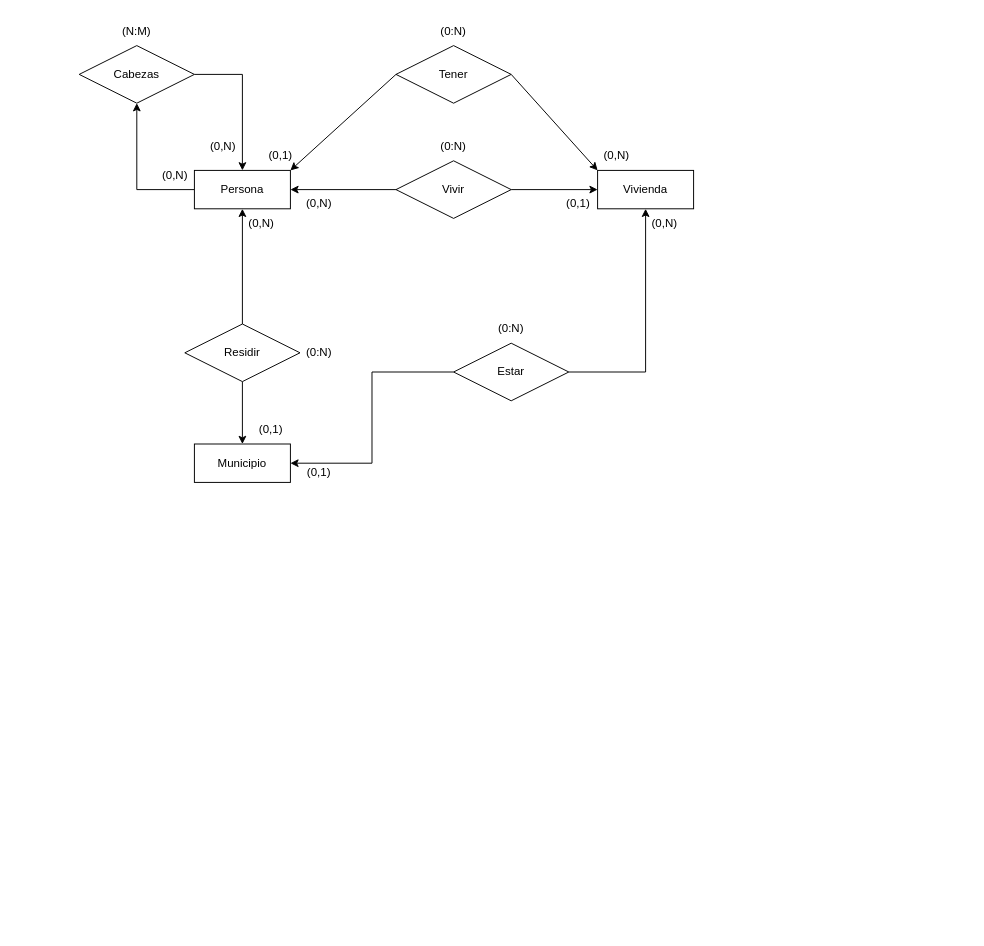
Earlier version of the draw.io diagram Diagrama sin título.drawio (miguelelinformatico/2025_26). Source tidied: cells renumbered, new cells numbered last; positions are measured from the earlier drawing's top-left corner, leaving out a move shared by most shapes. Both pictures are drawn from the tidied source at 96%, with x=0, y=0 at pixel (79, 16).
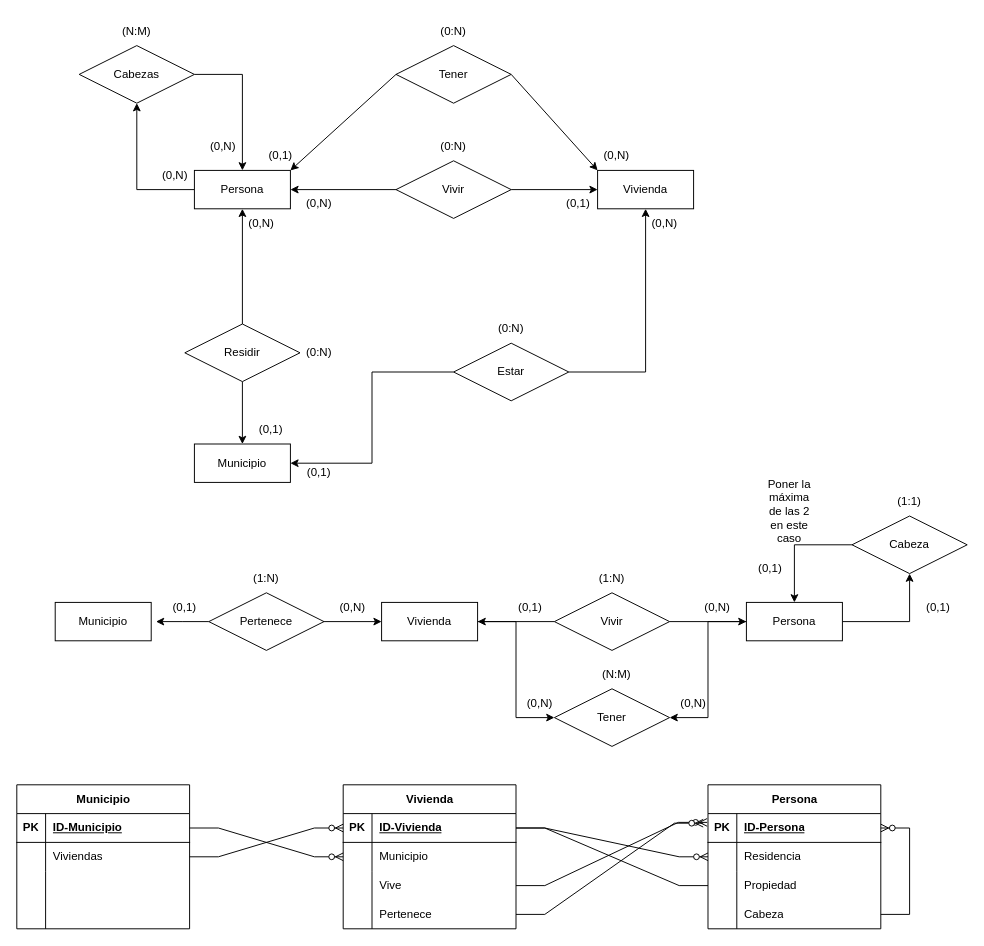
The same page after the edit.

What changed in the source:
```diff
@@
+    <mxCell id="35" style="edgeStyle=orthogonalEdgeStyle;rounded=0;jettySize=auto;html=1;entryX=1;entryY=0.5;entryDx=0;entryDy=0;" parent="1" edge="1" source="37" target="44">
+      <mxGeometry relative="1" as="geometry" />
+    </mxCell>
+    <mxCell id="36" style="edgeStyle=orthogonalEdgeStyle;rounded=0;jettySize=auto;html=1;" parent="1" edge="1" source="37" target="46">
+      <mxGeometry relative="1" as="geometry" />
+    </mxCell>
+    <mxCell id="37" value="Persona" style="whiteSpace=wrap;html=1;align=center;" parent="1" vertex="1">
+      <mxGeometry x="695" y="610" width="100" height="40" as="geometry" />
+    </mxCell>
+    <mxCell id="38" style="edgeStyle=orthogonalEdgeStyle;rounded=0;jettySize=auto;html=1;entryX=0;entryY=0.5;entryDx=0;entryDy=0;" parent="1" edge="1" source="39" target="44">
+      <mxGeometry relative="1" as="geometry" />
+    </mxCell>
+    <mxCell id="39" value="Vivienda" style="whiteSpace=wrap;html=1;align=center;" parent="1" vertex="1">
+      <mxGeometry x="315" y="610" width="100" height="40" as="geometry" />
+    </mxCell>
+    <mxCell id="40" value="Municipio" style="whiteSpace=wrap;html=1;align=center;" parent="1" vertex="1">
+      <mxGeometry x="-25" y="610" width="100" height="40" as="geometry" />
+    </mxCell>
+    <mxCell id="41" style="edgeStyle=orthogonalEdgeStyle;rounded=0;jettySize=auto;html=1;" parent="1" edge="1" source="43" target="39">
+      <mxGeometry relative="1" as="geometry" />
+    </mxCell>
+    <mxCell id="42" style="edgeStyle=orthogonalEdgeStyle;rounded=0;jettySize=auto;html=1;" parent="1" edge="1" source="43" target="37">
+      <mxGeometry relative="1" as="geometry" />
+    </mxCell>
+    <mxCell id="43" value="Vivir" style="shape=rhombus;perimeter=rhombusPerimeter;whiteSpace=wrap;html=1;align=center;" parent="1" vertex="1">
+      <mxGeometry x="495" y="600" width="120" height="60" as="geometry" />
+    </mxCell>
+    <mxCell id="44" value="Tener" style="shape=rhombus;perimeter=rhombusPerimeter;whiteSpace=wrap;html=1;align=center;" parent="1" vertex="1">
+      <mxGeometry x="495" y="700" width="120" height="60" as="geometry" />
+    </mxCell>
+    <mxCell id="45" style="edgeStyle=orthogonalEdgeStyle;rounded=0;jettySize=auto;html=1;entryX=0.5;entryY=0;entryDx=0;entryDy=0;" parent="1" edge="1" source="46" target="37">
+      <mxGeometry relative="1" as="geometry" />
+    </mxCell>
+    <mxCell id="46" value="Cabeza" style="shape=rhombus;perimeter=rhombusPerimeter;whiteSpace=wrap;html=1;align=center;" parent="1" vertex="1">
+      <mxGeometry x="805" y="520" width="120" height="60" as="geometry" />
+    </mxCell>
+    <mxCell id="47" style="edgeStyle=orthogonalEdgeStyle;rounded=0;jettySize=auto;html=1;" parent="1" edge="1" source="49">
+      <mxGeometry relative="1" as="geometry">
+        <mxPoint x="80" y="630" as="targetPoint" />
+      </mxGeometry>
+    </mxCell>
+    <mxCell id="48" style="edgeStyle=orthogonalEdgeStyle;rounded=0;jettySize=auto;html=1;entryX=0;entryY=0.5;entryDx=0;entryDy=0;" parent="1" edge="1" source="49" target="39">
+      <mxGeometry relative="1" as="geometry" />
+    </mxCell>
+    <mxCell id="49" value="Pertenece" style="shape=rhombus;perimeter=rhombusPerimeter;whiteSpace=wrap;html=1;align=center;" parent="1" vertex="1">
+      <mxGeometry x="135" y="600" width="120" height="60" as="geometry" />
+    </mxCell>
+    <mxCell id="50" value="Persona" style="shape=table;startSize=30;childLayout=tableLayout;rowLines=0;fontStyle=1;align=center;html=1;" parent="1" vertex="1">
+      <mxGeometry x="655" y="800" width="180" height="150" as="geometry" />
+    </mxCell>
+    <mxCell id="51" style="shape=tableRow;horizontal=0;startSize=0;swimlaneHead=0;swimlaneBody=0;fillColor=none;points=[[0,0.5],[1,0.5]];portConstraint=eastwest;top=0;left=0;right=0;bottom=1;" parent="50" vertex="1">
+      <mxGeometry y="30" width="180" height="30" as="geometry" />
+    </mxCell>
+    <mxCell id="52" value="PK" style="shape=partialRectangle;fillColor=none;top=0;left=0;bottom=0;right=0;fontStyle=1;overflow=hidden;whiteSpace=wrap;html=1;" parent="51" vertex="1">
+      <mxGeometry width="30" height="30" as="geometry" />
+    </mxCell>
+    <mxCell id="53" value="ID-Persona" style="shape=partialRectangle;fillColor=none;top=0;left=0;bottom=0;right=0;align=left;spacingLeft=6;fontStyle=5;overflow=hidden;whiteSpace=wrap;html=1;" parent="51" vertex="1">
+      <mxGeometry x="30" width="150" height="30" as="geometry" />
+    </mxCell>
+    <mxCell id="54" style="shape=tableRow;horizontal=0;startSize=0;swimlaneHead=0;swimlaneBody=0;fillColor=none;points=[[0,0.5],[1,0.5]];portConstraint=eastwest;top=0;left=0;right=0;bottom=0;" parent="50" vertex="1">
+      <mxGeometry y="60" width="180" height="30" as="geometry" />
+    </mxCell>
+    <mxCell id="55" style="shape=partialRectangle;fillColor=none;top=0;left=0;bottom=0;right=0;overflow=hidden;whiteSpace=wrap;html=1;" parent="54" vertex="1">
+      <mxGeometry width="30" height="30" as="geometry" />
+    </mxCell>
+    <mxCell id="56" value="Residencia" style="shape=partialRectangle;fillColor=none;top=0;left=0;bottom=0;right=0;align=left;spacingLeft=6;overflow=hidden;whiteSpace=wrap;html=1;" parent="54" vertex="1">
+      <mxGeometry x="30" width="150" height="30" as="geometry" />
+    </mxCell>
+    <mxCell id="57" style="shape=tableRow;horizontal=0;startSize=0;swimlaneHead=0;swimlaneBody=0;fillColor=none;points=[[0,0.5],[1,0.5]];portConstraint=eastwest;top=0;left=0;right=0;bottom=0;" parent="50" vertex="1">
+      <mxGeometry y="90" width="180" height="30" as="geometry" />
+    </mxCell>
+    <mxCell id="58" style="shape=partialRectangle;fillColor=none;top=0;left=0;bottom=0;right=0;overflow=hidden;whiteSpace=wrap;html=1;" parent="57" vertex="1">
+      <mxGeometry width="30" height="30" as="geometry" />
+    </mxCell>
+    <mxCell id="59" value="Propiedad" style="shape=partialRectangle;fillColor=none;top=0;left=0;bottom=0;right=0;align=left;spacingLeft=6;overflow=hidden;whiteSpace=wrap;html=1;" parent="57" vertex="1">
+      <mxGeometry x="30" width="150" height="30" as="geometry" />
+    </mxCell>
+    <mxCell id="60" style="shape=tableRow;horizontal=0;startSize=0;swimlaneHead=0;swimlaneBody=0;fillColor=none;points=[[0,0.5],[1,0.5]];portConstraint=eastwest;top=0;left=0;right=0;bottom=0;" parent="50" vertex="1">
+      <mxGeometry y="120" width="180" height="30" as="geometry" />
+    </mxCell>
+    <mxCell id="61" style="shape=partialRectangle;fillColor=none;top=0;left=0;bottom=0;right=0;overflow=hidden;whiteSpace=wrap;html=1;" parent="60" vertex="1">
+      <mxGeometry width="30" height="30" as="geometry" />
+    </mxCell>
+    <mxCell id="62" value="Cabeza" style="shape=partialRectangle;fillColor=none;top=0;left=0;bottom=0;right=0;align=left;spacingLeft=6;overflow=hidden;whiteSpace=wrap;html=1;" parent="60" vertex="1">
+      <mxGeometry x="30" width="150" height="30" as="geometry" />
+    </mxCell>
+    <mxCell id="63" style="edgeStyle=entityRelationEdgeStyle;fontSize=12;html=1;endArrow=ERzeroToMany;endFill=1;rounded=0;exitX=1;exitY=0.5;exitDx=0;exitDy=0;entryX=1;entryY=0.5;entryDx=0;entryDy=0;" parent="50" edge="1" source="60" target="51">
+      <mxGeometry relative="1" as="geometry" />
+    </mxCell>
+    <mxCell id="64" value="Vivienda" style="shape=table;startSize=30;childLayout=tableLayout;rowLines=0;fontStyle=1;align=center;html=1;" parent="1" vertex="1">
+      <mxGeometry x="275" y="800" width="180" height="150" as="geometry" />
+    </mxCell>
+    <mxCell id="65" style="shape=tableRow;horizontal=0;startSize=0;swimlaneHead=0;swimlaneBody=0;fillColor=none;points=[[0,0.5],[1,0.5]];portConstraint=eastwest;top=0;left=0;right=0;bottom=1;" parent="64" vertex="1">
+      <mxGeometry y="30" width="180" height="30" as="geometry" />
+    </mxCell>
+    <mxCell id="66" value="PK" style="shape=partialRectangle;fillColor=none;top=0;left=0;bottom=0;right=0;fontStyle=1;overflow=hidden;whiteSpace=wrap;html=1;" parent="65" vertex="1">
+      <mxGeometry width="30" height="30" as="geometry" />
+    </mxCell>
+    <mxCell id="67" value="ID-Vivienda" style="shape=partialRectangle;fillColor=none;top=0;left=0;bottom=0;right=0;align=left;spacingLeft=6;fontStyle=5;overflow=hidden;whiteSpace=wrap;html=1;" parent="65" vertex="1">
+      <mxGeometry x="30" width="150" height="30" as="geometry" />
+    </mxCell>
+    <mxCell id="68" style="shape=tableRow;horizontal=0;startSize=0;swimlaneHead=0;swimlaneBody=0;fillColor=none;points=[[0,0.5],[1,0.5]];portConstraint=eastwest;top=0;left=0;right=0;bottom=0;" parent="64" vertex="1">
+      <mxGeometry y="60" width="180" height="30" as="geometry" />
+    </mxCell>
+    <mxCell id="69" style="shape=partialRectangle;fillColor=none;top=0;left=0;bottom=0;right=0;overflow=hidden;whiteSpace=wrap;html=1;" parent="68" vertex="1">
+      <mxGeometry width="30" height="30" as="geometry" />
+    </mxCell>
+    <mxCell id="70" value="Municipio" style="shape=partialRectangle;fillColor=none;top=0;left=0;bottom=0;right=0;align=left;spacingLeft=6;overflow=hidden;whiteSpace=wrap;html=1;" parent="68" vertex="1">
+      <mxGeometry x="30" width="150" height="30" as="geometry" />
+    </mxCell>
+    <mxCell id="71" style="shape=tableRow;horizontal=0;startSize=0;swimlaneHead=0;swimlaneBody=0;fillColor=none;points=[[0,0.5],[1,0.5]];portConstraint=eastwest;top=0;left=0;right=0;bottom=0;" parent="64" vertex="1">
+      <mxGeometry y="90" width="180" height="30" as="geometry" />
+    </mxCell>
+    <mxCell id="72" style="shape=partialRectangle;fillColor=none;top=0;left=0;bottom=0;right=0;overflow=hidden;whiteSpace=wrap;html=1;" parent="71" vertex="1">
+      <mxGeometry width="30" height="30" as="geometry" />
+    </mxCell>
+    <mxCell id="73" value="Vive" style="shape=partialRectangle;fillColor=none;top=0;left=0;bottom=0;right=0;align=left;spacingLeft=6;overflow=hidden;whiteSpace=wrap;html=1;" parent="71" vertex="1">
+      <mxGeometry x="30" width="150" height="30" as="geometry" />
+    </mxCell>
+    <mxCell id="74" style="shape=tableRow;horizontal=0;startSize=0;swimlaneHead=0;swimlaneBody=0;fillColor=none;points=[[0,0.5],[1,0.5]];portConstraint=eastwest;top=0;left=0;right=0;bottom=0;" parent="64" vertex="1">
+      <mxGeometry y="120" width="180" height="30" as="geometry" />
+    </mxCell>
+    <mxCell id="75" style="shape=partialRectangle;fillColor=none;top=0;left=0;bottom=0;right=0;overflow=hidden;whiteSpace=wrap;html=1;" parent="74" vertex="1">
+      <mxGeometry width="30" height="30" as="geometry" />
+    </mxCell>
+    <mxCell id="76" value="Pertenece" style="shape=partialRectangle;fillColor=none;top=0;left=0;bottom=0;right=0;align=left;spacingLeft=6;overflow=hidden;whiteSpace=wrap;html=1;" parent="74" vertex="1">
+      <mxGeometry x="30" width="150" height="30" as="geometry" />
+    </mxCell>
+    <mxCell id="77" value="Municipio" style="shape=table;startSize=30;childLayout=tableLayout;rowLines=0;fontStyle=1;align=center;html=1;" parent="1" vertex="1">
+      <mxGeometry x="-65" y="800" width="180" height="150" as="geometry" />
+    </mxCell>
+    <mxCell id="78" style="shape=tableRow;horizontal=0;startSize=0;swimlaneHead=0;swimlaneBody=0;fillColor=none;points=[[0,0.5],[1,0.5]];portConstraint=eastwest;top=0;left=0;right=0;bottom=1;" parent="77" vertex="1">
+      <mxGeometry y="30" width="180" height="30" as="geometry" />
+    </mxCell>
+    <mxCell id="79" value="PK" style="shape=partialRectangle;fillColor=none;top=0;left=0;bottom=0;right=0;fontStyle=1;overflow=hidden;whiteSpace=wrap;html=1;" parent="78" vertex="1">
+      <mxGeometry width="30" height="30" as="geometry" />
+    </mxCell>
+    <mxCell id="80" value="ID-Municipio" style="shape=partialRectangle;fillColor=none;top=0;left=0;bottom=0;right=0;align=left;spacingLeft=6;fontStyle=5;overflow=hidden;whiteSpace=wrap;html=1;" parent="78" vertex="1">
+      <mxGeometry x="30" width="150" height="30" as="geometry" />
+    </mxCell>
+    <mxCell id="81" style="shape=tableRow;horizontal=0;startSize=0;swimlaneHead=0;swimlaneBody=0;fillColor=none;points=[[0,0.5],[1,0.5]];portConstraint=eastwest;top=0;left=0;right=0;bottom=0;" parent="77" vertex="1">
+      <mxGeometry y="60" width="180" height="30" as="geometry" />
+    </mxCell>
+    <mxCell id="82" style="shape=partialRectangle;fillColor=none;top=0;left=0;bottom=0;right=0;overflow=hidden;whiteSpace=wrap;html=1;" parent="81" vertex="1">
+      <mxGeometry width="30" height="30" as="geometry" />
+    </mxCell>
+    <mxCell id="83" value="Viviendas" style="shape=partialRectangle;fillColor=none;top=0;left=0;bottom=0;right=0;align=left;spacingLeft=6;overflow=hidden;whiteSpace=wrap;html=1;" parent="81" vertex="1">
+      <mxGeometry x="30" width="150" height="30" as="geometry" />
+    </mxCell>
+    <mxCell id="84" style="shape=tableRow;horizontal=0;startSize=0;swimlaneHead=0;swimlaneBody=0;fillColor=none;top=0;left=0;right=0;bottom=0;" parent="77" vertex="1">
+      <mxGeometry y="90" width="180" height="30" as="geometry" />
+    </mxCell>
+    <mxCell id="85" style="shape=partialRectangle;fillColor=none;top=0;left=0;bottom=0;right=0;overflow=hidden;whiteSpace=wrap;html=1;" parent="84" vertex="1">
+      <mxGeometry width="30" height="30" as="geometry" />
+    </mxCell>
+    <mxCell id="86" style="shape=partialRectangle;fillColor=none;top=0;left=0;bottom=0;right=0;align=left;spacingLeft=6;overflow=hidden;whiteSpace=wrap;html=1;" parent="84" vertex="1">
+      <mxGeometry x="30" width="150" height="30" as="geometry" />
+    </mxCell>
+    <mxCell id="87" style="shape=tableRow;horizontal=0;startSize=0;swimlaneHead=0;swimlaneBody=0;fillColor=none;top=0;left=0;right=0;bottom=0;" parent="77" vertex="1">
+      <mxGeometry y="120" width="180" height="30" as="geometry" />
+    </mxCell>
+    <mxCell id="88" style="shape=partialRectangle;fillColor=none;top=0;left=0;bottom=0;right=0;overflow=hidden;whiteSpace=wrap;html=1;" parent="87" vertex="1">
+      <mxGeometry width="30" height="30" as="geometry" />
+    </mxCell>
+    <mxCell id="89" style="shape=partialRectangle;fillColor=none;top=0;left=0;bottom=0;right=0;align=left;spacingLeft=6;overflow=hidden;whiteSpace=wrap;html=1;" parent="87" vertex="1">
+      <mxGeometry x="30" width="150" height="30" as="geometry" />
+    </mxCell>
+    <mxCell id="90" style="edgeStyle=entityRelationEdgeStyle;fontSize=12;html=1;endArrow=ERzeroToMany;endFill=1;rounded=0;exitX=1;exitY=0.5;exitDx=0;exitDy=0;entryX=0;entryY=0.5;entryDx=0;entryDy=0;" parent="1" edge="1" source="78" target="68">
+      <mxGeometry relative="1" as="geometry" />
+    </mxCell>
+    <mxCell id="91" style="edgeStyle=entityRelationEdgeStyle;fontSize=12;html=1;endArrow=ERzeroToMany;endFill=1;rounded=0;exitX=1;exitY=0.5;exitDx=0;exitDy=0;entryX=0;entryY=0.5;entryDx=0;entryDy=0;" parent="1" edge="1" source="81" target="65">
+      <mxGeometry relative="1" as="geometry" />
+    </mxCell>
+    <mxCell id="92" style="edgeStyle=entityRelationEdgeStyle;fontSize=12;html=1;endArrow=ERzeroToMany;endFill=1;rounded=0;exitX=1;exitY=0.5;exitDx=0;exitDy=0;entryX=0;entryY=0.5;entryDx=0;entryDy=0;" parent="1" edge="1" source="65" target="54">
+      <mxGeometry relative="1" as="geometry" />
+    </mxCell>
+    <mxCell id="93" style="edgeStyle=entityRelationEdgeStyle;fontSize=12;html=1;endArrow=none;endFill=0;rounded=0;exitX=1;exitY=0.5;exitDx=0;exitDy=0;entryX=0;entryY=0.5;entryDx=0;entryDy=0;" parent="1" edge="1" source="65" target="57">
+      <mxGeometry relative="1" as="geometry" />
+    </mxCell>
+    <mxCell id="94" style="edgeStyle=entityRelationEdgeStyle;fontSize=12;html=1;endArrow=ERzeroToMany;endFill=1;rounded=0;exitX=1;exitY=0.5;exitDx=0;exitDy=0;entryX=-0.005;entryY=0.305;entryDx=0;entryDy=0;entryPerimeter=0;" parent="1" edge="1" source="71" target="51">
+      <mxGeometry relative="1" as="geometry" />
+    </mxCell>
+    <mxCell id="95" style="edgeStyle=entityRelationEdgeStyle;fontSize=12;html=1;endArrow=ERzeroToMany;endFill=1;rounded=0;exitX=1;exitY=0.5;exitDx=0;exitDy=0;" parent="1" edge="1" source="74">
+      <mxGeometry relative="1" as="geometry">
+        <mxPoint x="650" y="840" as="targetPoint" />
+      </mxGeometry>
+    </mxCell>
+    <mxCell id="96" value="(1:N)" style="text;html=1;whiteSpace=wrap;strokeColor=none;fillColor=none;align=center;verticalAlign=middle;rounded=0;" parent="1" vertex="1">
+      <mxGeometry x="165" y="570" width="60" height="30" as="geometry" />
+    </mxCell>
+    <mxCell id="97" value="(N:M)" style="text;html=1;whiteSpace=wrap;strokeColor=none;fillColor=none;align=center;verticalAlign=middle;rounded=0;" parent="1" vertex="1">
+      <mxGeometry x="530" y="670" width="60" height="30" as="geometry" />
+    </mxCell>
+    <mxCell id="98" value="(1:N)" style="text;html=1;whiteSpace=wrap;strokeColor=none;fillColor=none;align=center;verticalAlign=middle;rounded=0;" parent="1" vertex="1">
+      <mxGeometry x="525" y="570" width="60" height="30" as="geometry" />
+    </mxCell>
+    <mxCell id="99" value="(0,N)" style="text;html=1;whiteSpace=wrap;strokeColor=none;fillColor=none;align=center;verticalAlign=middle;rounded=0;" parent="1" vertex="1">
+      <mxGeometry x="450" y="700" width="60" height="30" as="geometry" />
+    </mxCell>
+    <mxCell id="100" value="(0,N)" style="text;html=1;whiteSpace=wrap;strokeColor=none;fillColor=none;align=center;verticalAlign=middle;rounded=0;" parent="1" vertex="1">
+      <mxGeometry x="610" y="700" width="60" height="30" as="geometry" />
+    </mxCell>
+    <mxCell id="101" value="(0,N)" style="text;html=1;whiteSpace=wrap;strokeColor=none;fillColor=none;align=center;verticalAlign=middle;rounded=0;" parent="1" vertex="1">
+      <mxGeometry x="635" y="600" width="60" height="30" as="geometry" />
+    </mxCell>
+    <mxCell id="102" value="(0,1)" style="text;html=1;whiteSpace=wrap;strokeColor=none;fillColor=none;align=center;verticalAlign=middle;rounded=0;" parent="1" vertex="1">
+      <mxGeometry x="440" y="600" width="60" height="30" as="geometry" />
+    </mxCell>
+    <mxCell id="103" value="(0,1)" style="text;html=1;whiteSpace=wrap;strokeColor=none;fillColor=none;align=center;verticalAlign=middle;rounded=0;" parent="1" vertex="1">
+      <mxGeometry x="690" y="560" width="60" height="30" as="geometry" />
+    </mxCell>
+    <mxCell id="104" value="(0,1)" style="text;html=1;whiteSpace=wrap;strokeColor=none;fillColor=none;align=center;verticalAlign=middle;rounded=0;" parent="1" vertex="1">
+      <mxGeometry x="865" y="600" width="60" height="30" as="geometry" />
+    </mxCell>
+    <mxCell id="105" value="(0,1)" style="text;html=1;whiteSpace=wrap;strokeColor=none;fillColor=none;align=center;verticalAlign=middle;rounded=0;" parent="1" vertex="1">
+      <mxGeometry x="80" y="600" width="60" height="30" as="geometry" />
+    </mxCell>
+    <mxCell id="106" value="(0,N)" style="text;html=1;whiteSpace=wrap;strokeColor=none;fillColor=none;align=center;verticalAlign=middle;rounded=0;" parent="1" vertex="1">
+      <mxGeometry x="255" y="600" width="60" height="30" as="geometry" />
+    </mxCell>
+    <mxCell id="107" value="(1:1)" style="text;html=1;whiteSpace=wrap;strokeColor=none;fillColor=none;align=center;verticalAlign=middle;rounded=0;" parent="1" vertex="1">
+      <mxGeometry x="835" y="490" width="60" height="30" as="geometry" />
+    </mxCell>
+    <mxCell id="108" value="Poner la máxima de las 2 en este caso" style="text;html=1;whiteSpace=wrap;strokeColor=none;fillColor=none;align=center;verticalAlign=middle;rounded=0;" parent="1" vertex="1">
+      <mxGeometry x="710" y="500" width="60" height="30" as="geometry" />
+    </mxCell>
```
